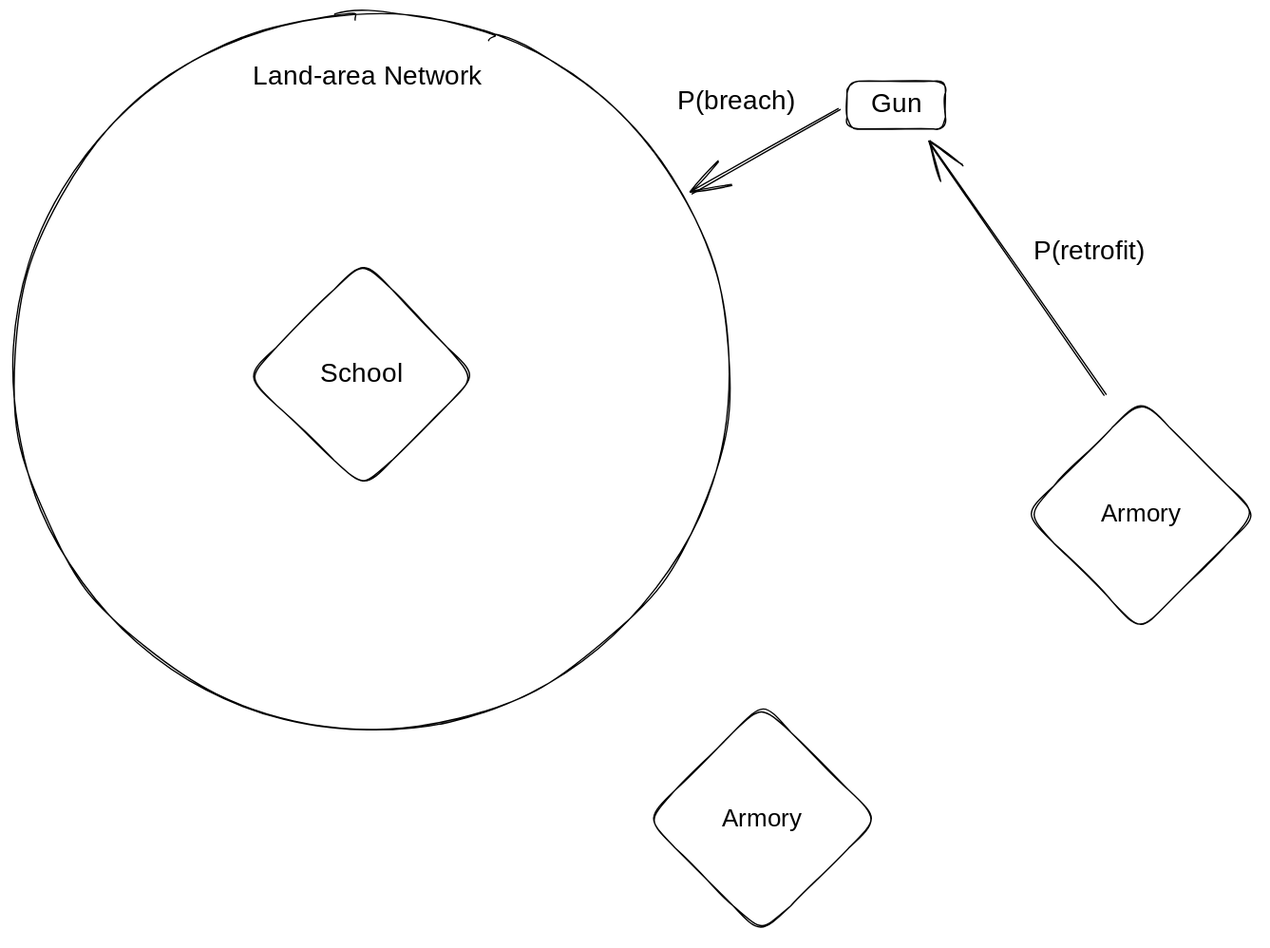
The Excalidraw diagram .gitbook/assets/file.excalidraw.svg in civichacker/anti-oppressive, before a commit. Source tidied: one line per element, renumbered; positions are measured from the earlier drawing's top-left corner, leaving out a move shared by most shapes.
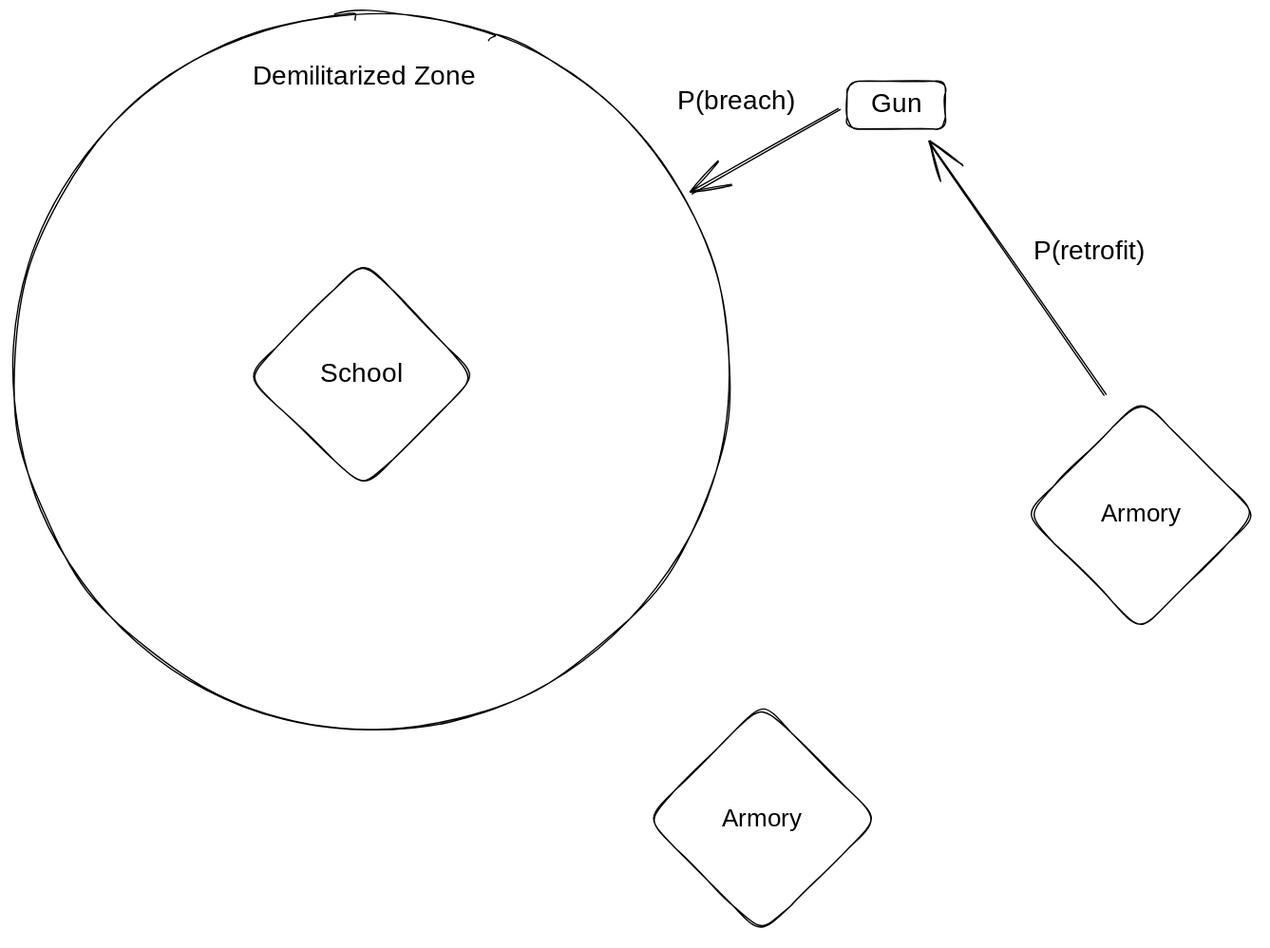
After the change.

Diff of the diagram source:
```diff
@@ -1,7 +1,7 @@
 {"id": 0, "type": "ellipse", "strokeColor": "#000000", "strokeWidth": 1, "roughness": 1, "round": true, "x": 0, "y": 0, "width": 539, "height": 539}
 {"id": 1, "type": "diamond", "strokeColor": "#000000", "strokeWidth": 1, "roughness": 1, "round": true, "x": 176, "y": 186, "width": 172, "height": 172}
 {"id": 2, "type": "text", "text": "School", "strokeColor": "#000000", "strokeWidth": 1, "roughness": 1, "fontSize": 20, "fontFamily": 1, "textAlign": "center", "verticalAlign": "middle", "inside": 1, "x": 232, "y": 260, "width": 59, "height": 25}
-{"id": 3, "type": "text", "text": "Land-area Network", "strokeColor": "#000000", "strokeWidth": 1, "roughness": 1, "fontSize": 20, "fontFamily": 1, "x": 180, "y": 36, "width": 187, "height": 25}
+{"id": 3, "type": "text", "text": "Demilitarized Zone", "strokeColor": "#000000", "strokeWidth": 1, "roughness": 1, "fontSize": 20, "fontFamily": 1, "x": 180, "y": 36, "width": 182, "height": 25}
 {"id": 4, "type": "rectangle", "strokeColor": "#000000", "strokeWidth": 1, "roughness": 1, "round": true, "x": 627, "y": 51, "width": 74, "height": 36}
 {"id": 5, "type": "text", "text": "Gun", "strokeColor": "#000000", "strokeWidth": 1, "roughness": 1, "fontSize": 20, "fontFamily": 1, "textAlign": "center", "verticalAlign": "middle", "inside": 4, "x": 646, "y": 56, "width": 36, "height": 25}
 {"id": 6, "type": "text", "text": "P(retrofit)", "strokeColor": "#000000", "strokeWidth": 1, "roughness": 1, "fontSize": 20, "fontFamily": 1, "x": 767, "y": 167, "width": 104, "height": 25}
```
